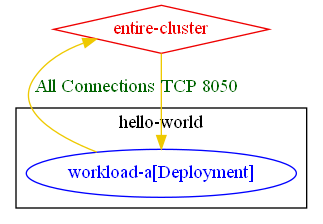
np-guard/netpol-analyzer keeps this Graphviz diagram as test_outputs/connlist/exposure_test_conn_entire_cluster_with_empty_selectors_connlist_output.dot.png. Above is the earlier version. Its source is kept beside it as test_outputs/connlist/exposure_test_conn_entire_cluster_with_empty_selectors_connlist_output.dot.
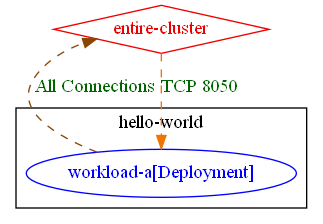
After the change.

What changed in the source:
```diff
@@ -6,6 +6,6 @@
 		label="hello-world"
 	}
 	"entire-cluster" [label="entire-cluster" color="red2" fontcolor="red2" shape=diamond]
-	"entire-cluster" -> "hello-world/workload-a[Deployment]" [label="TCP 8050" color="gold2" fontcolor="darkgreen" weight=1]
-	"hello-world/workload-a[Deployment]" -> "entire-cluster" [label="All Connections" color="gold2" fontcolor="darkgreen" weight=0.5]
+	"entire-cluster" -> "hello-world/workload-a[Deployment]" [label="TCP 8050" color="darkorange2" fontcolor="darkgreen" weight=1 style=dashed]
+	"hello-world/workload-a[Deployment]" -> "entire-cluster" [label="All Connections" color="darkorange4" fontcolor="darkgreen" weight=0.5 style=dashed]
 }
```
